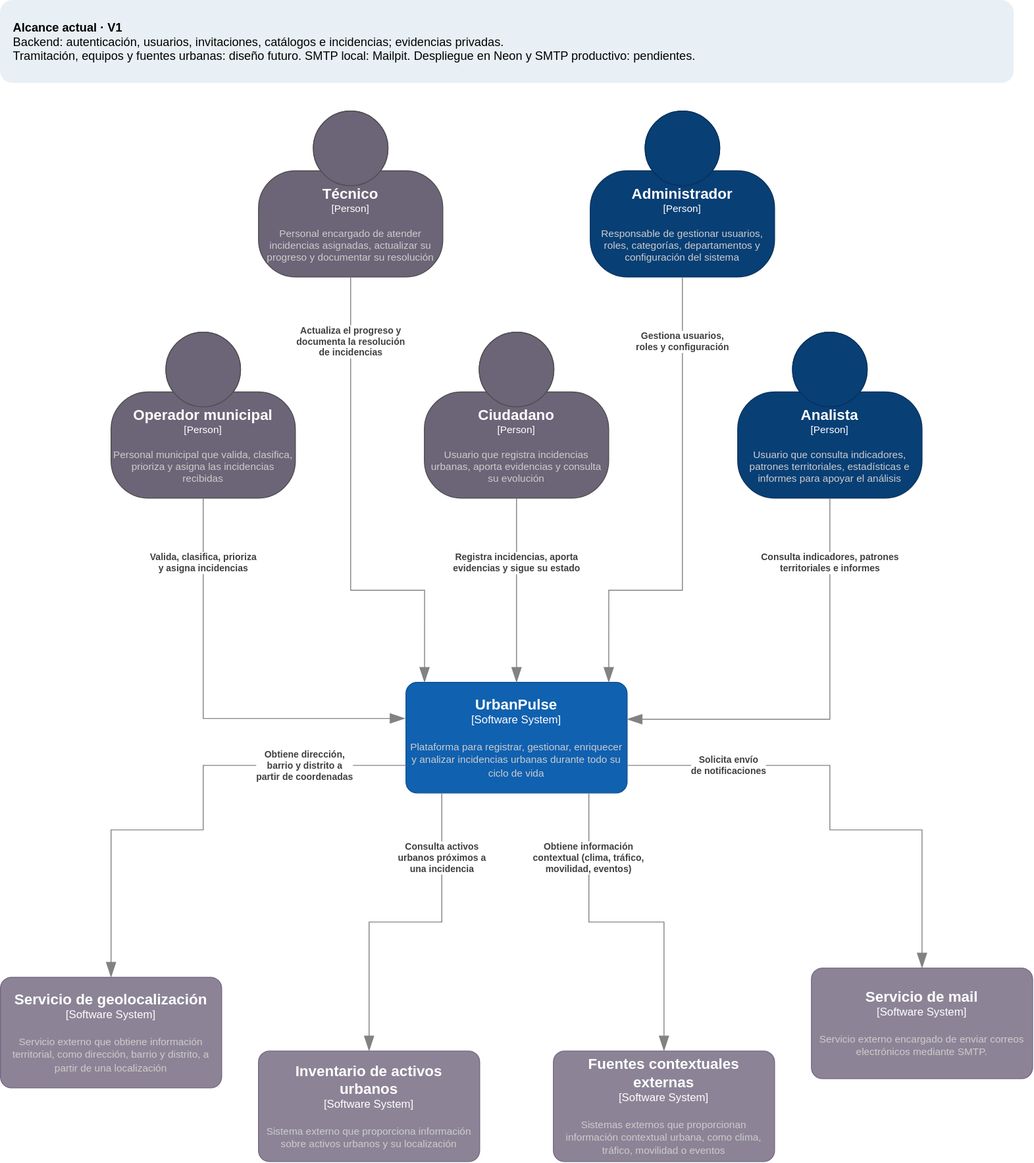
The draw.io diagram docs/diagrams/c4-context.svg in CeNtAuRoOo/urban-pulse-app, before a commit. Source tidied: cells renumbered, new cells last; positions are measured from the earlier drawing's top-left corner, leaving out a move shared by most shapes.
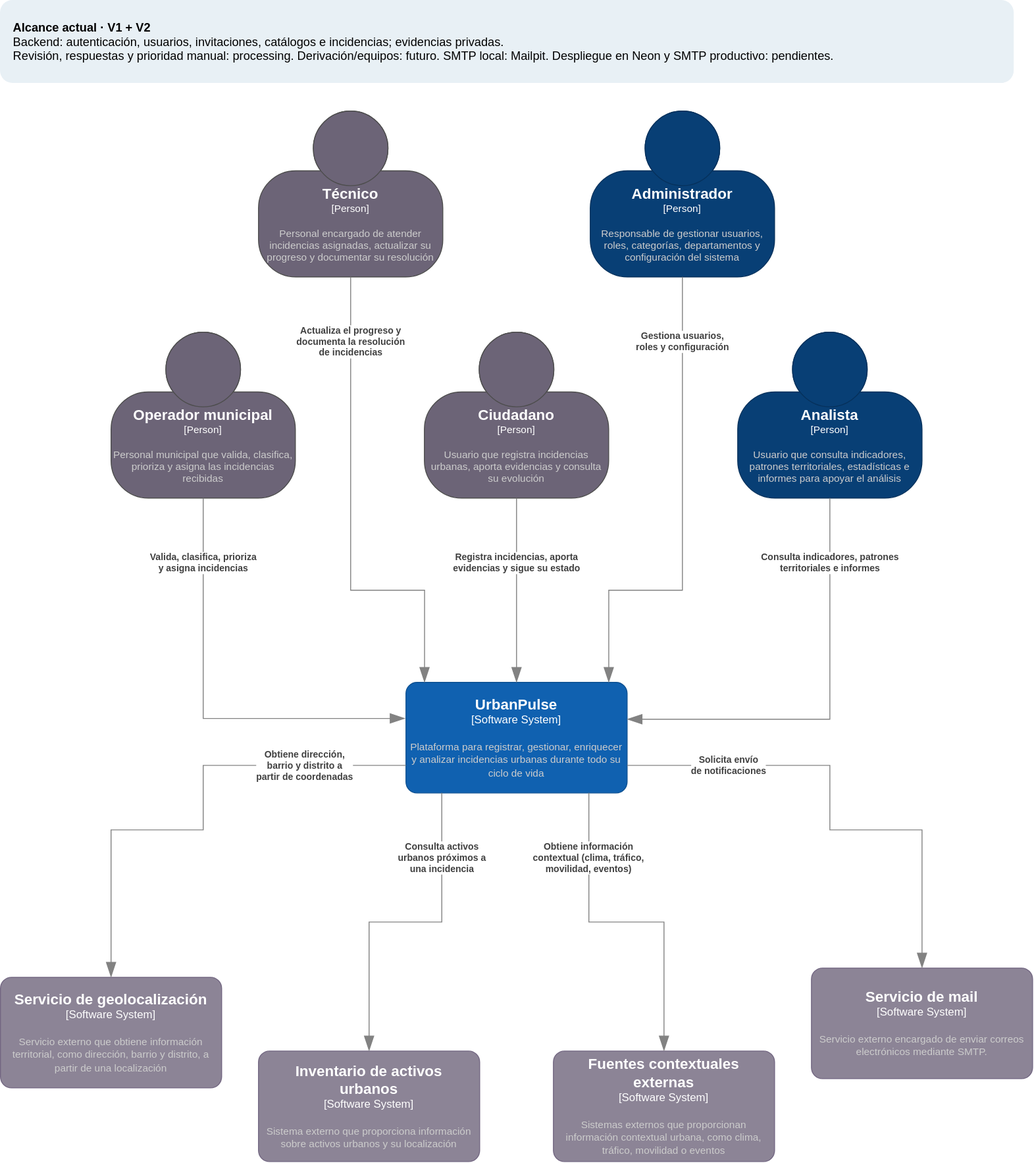
The same file after the commit.

Diff of the diagram source:
```diff
@@ -119,7 +119,7 @@
         </mxGeometry>
       </mxCell>
     </object>
-    <mxCell id="21" value="&lt;b&gt;Alcance actual · V1&lt;/b&gt;&lt;br&gt;Backend: autenticación, usuarios, invitaciones, catálogos e incidencias; evidencias privadas.&lt;br&gt;Tramitación, equipos y fuentes urbanas: diseño futuro. SMTP local: Mailpit. Despliegue en Neon y SMTP productivo: pendientes." style="rounded=1;whiteSpace=wrap;html=1;align=left;verticalAlign=middle;spacing=14;fillColor=#e8f0f5;strokeColor=none;fontSize=13;" parent="1" vertex="1">
+    <mxCell id="21" value="&lt;b&gt;Alcance actual · V1 + V2&lt;/b&gt;&lt;br&gt;Backend: autenticación, usuarios, invitaciones, catálogos e incidencias; evidencias privadas.&lt;br&gt;Revisión, respuestas y prioridad manual: processing. Derivación/equipos: futuro. SMTP local: Mailpit. Despliegue en Neon y SMTP productivo: pendientes." style="rounded=1;whiteSpace=wrap;html=1;align=left;verticalAlign=middle;spacing=14;fillColor=#e8f0f5;strokeColor=none;fontSize=13;" parent="1" vertex="1">
       <mxGeometry width="1100" height="90" as="geometry" />
     </mxCell>
   </root>
```
